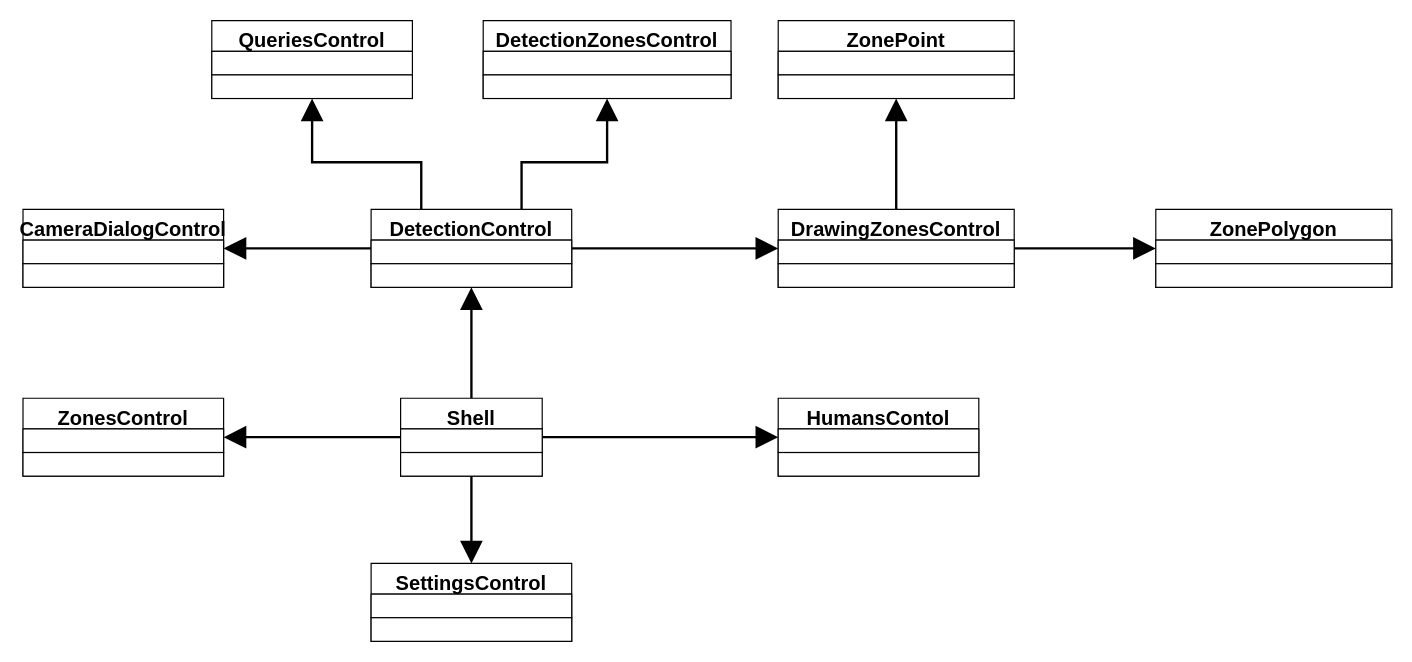
This is page "Views" (3 of 11) of Engineering/Packets-specify.drawio from GoldGreen/Skeletonization, a draw.io file, before an edit. Source tidied: cells renumbered, new cells numbered last; positions are measured from the earlier drawing's top-left corner, leaving out a move shared by most shapes. Both pictures are drawn from the tidied source at 118%, with x=0, y=0 at pixel (22, 20).
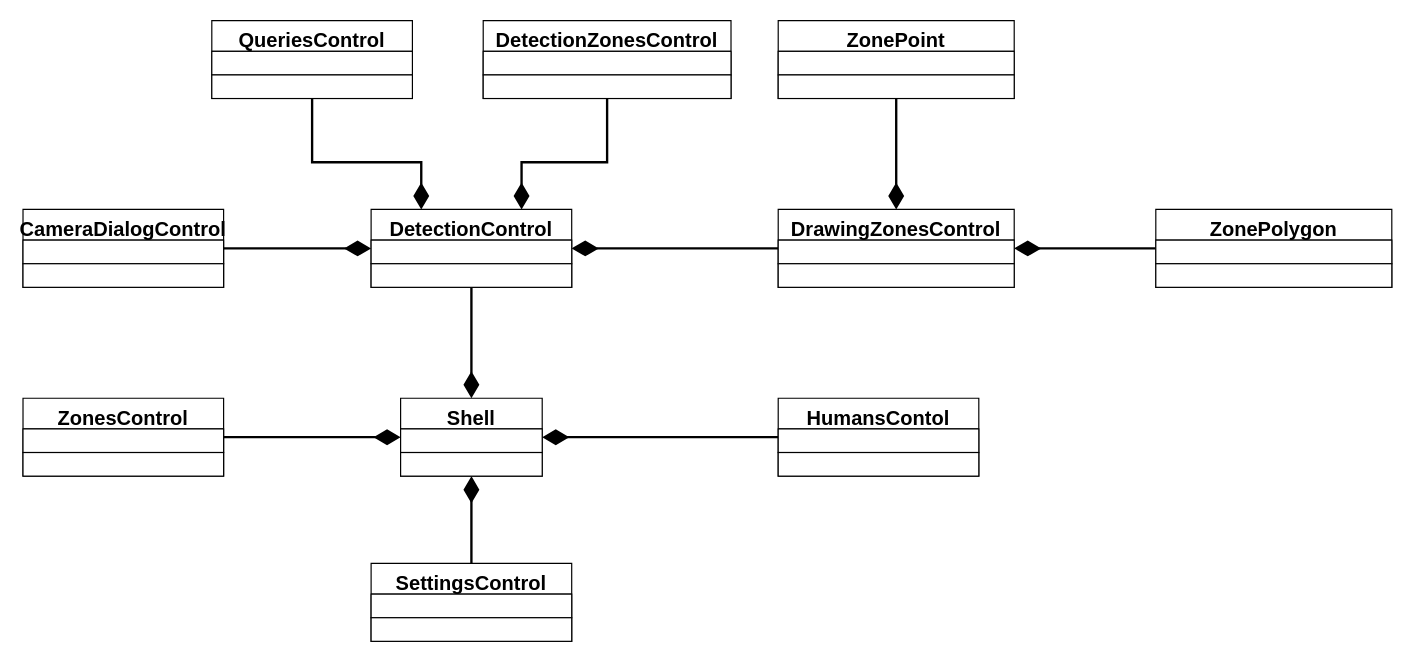
Above is the later version.

The change refers to these unchanged cells:
```xml
<mxCell id="9" value="Shell" style="swimlane;fontStyle=1;align=center;verticalAlign=top;horizontal=1;startSize=26;fontSize=17;" parent="1" vertex="1">
  <mxGeometry x="320" y="320" width="120" height="66" as="geometry" />
</mxCell>
<mxCell id="20" value="DetectionControl" style="swimlane;fontStyle=1;align=center;verticalAlign=top;horizontal=1;startSize=26;fontSize=17;" parent="1" vertex="1">
  <mxGeometry x="295" y="160" width="170" height="66" as="geometry" />
</mxCell>
<mxCell id="23" value="DetectionZonesControl" style="swimlane;fontStyle=1;align=center;verticalAlign=top;horizontal=1;startSize=26;fontSize=17;" parent="1" vertex="1">
  <mxGeometry x="390" width="210" height="66" as="geometry" />
</mxCell>
<mxCell id="30" value="DrawingZonesControl" style="swimlane;fontStyle=1;align=center;verticalAlign=top;horizontal=1;startSize=26;fontSize=17;" parent="1" vertex="1">
  <mxGeometry x="640" y="160" width="200" height="66" as="geometry" />
</mxCell>
<mxCell id="33" value="ZonePoint" style="swimlane;fontStyle=1;align=center;verticalAlign=top;horizontal=1;startSize=26;fontSize=17;" parent="1" vertex="1">
  <mxGeometry x="640" width="200" height="66" as="geometry" />
</mxCell>
<mxCell id="36" value="ZonePolygon" style="swimlane;fontStyle=1;align=center;verticalAlign=top;horizontal=1;startSize=26;fontSize=17;" parent="1" vertex="1">
  <mxGeometry x="960" y="160" width="200" height="66" as="geometry" />
</mxCell>
<mxCell id="39" value="ZonesControl" style="swimlane;fontStyle=1;align=center;verticalAlign=top;horizontal=1;startSize=26;fontSize=17;" parent="1" vertex="1">
  <mxGeometry y="320" width="170" height="66" as="geometry" />
</mxCell>
<mxCell id="42" value="HumansContol" style="swimlane;fontStyle=1;align=center;verticalAlign=top;horizontal=1;startSize=26;fontSize=17;" parent="1" vertex="1">
  <mxGeometry x="640" y="320" width="170" height="66" as="geometry" />
</mxCell>
<mxCell id="45" value="SettingsControl" style="swimlane;fontStyle=1;align=center;verticalAlign=top;horizontal=1;startSize=26;fontSize=17;" parent="1" vertex="1">
  <mxGeometry x="295" y="460" width="170" height="66" as="geometry" />
</mxCell>
<mxCell id="48" value="QueriesControl" style="swimlane;fontStyle=1;align=center;verticalAlign=top;horizontal=1;startSize=26;fontSize=17;" parent="1" vertex="1">
  <mxGeometry x="160" width="170" height="66" as="geometry" />
</mxCell>
<mxCell id="51" value="CameraDialogControl" style="swimlane;fontStyle=1;align=center;verticalAlign=top;horizontal=1;startSize=26;fontSize=17;" parent="1" vertex="1">
  <mxGeometry y="160" width="170" height="66" as="geometry" />
</mxCell>
```

What changed in the source:
```diff
@@
-    <mxCell id="2" style="edgeStyle=orthogonalEdgeStyle;rounded=0;jettySize=auto;html=1;exitX=0.5;exitY=0;exitDx=0;exitDy=0;entryX=0.5;entryY=1;entryDx=0;entryDy=0;fontSize=17;endArrow=block;endFill=1;startSize=6;endSize=14;strokeWidth=2;" parent="1" edge="1" source="9" target="20">
+    <mxCell id="2" style="edgeStyle=orthogonalEdgeStyle;rounded=0;jettySize=auto;html=1;exitX=0.5;exitY=0;exitDx=0;exitDy=0;entryX=0.5;entryY=1;entryDx=0;entryDy=0;fontSize=17;endArrow=none;endFill=0;startSize=17;endSize=14;strokeWidth=2;startArrow=diamondThin;startFill=1;" parent="1" edge="1" source="9" target="20">
       <mxGeometry relative="1" as="geometry" />
     </mxCell>
@@
-    <mxCell id="4" style="edgeStyle=orthogonalEdgeStyle;rounded=0;jettySize=auto;html=1;exitX=0;exitY=0.5;exitDx=0;exitDy=0;entryX=1;entryY=0.5;entryDx=0;entryDy=0;fontSize=17;endArrow=block;endFill=1;startSize=6;endSize=14;strokeWidth=2;" parent="1" edge="1" source="9" target="39">
+    <mxCell id="4" style="edgeStyle=orthogonalEdgeStyle;rounded=0;jettySize=auto;html=1;exitX=0;exitY=0.5;exitDx=0;exitDy=0;entryX=1;entryY=0.5;entryDx=0;entryDy=0;fontSize=17;endArrow=none;endFill=0;startSize=17;endSize=14;strokeWidth=2;startArrow=diamondThin;startFill=1;" parent="1" edge="1" source="9" target="39">
       <mxGeometry relative="1" as="geometry" />
     </mxCell>
@@
-    <mxCell id="6" value=" " style="edgeStyle=orthogonalEdgeStyle;rounded=0;jettySize=auto;html=1;exitX=1;exitY=0.5;exitDx=0;exitDy=0;entryX=0;entryY=0.5;entryDx=0;entryDy=0;fontSize=17;endArrow=block;endFill=1;startSize=6;endSize=14;strokeWidth=2;" parent="1" edge="1" source="9" target="42">
+    <mxCell id="6" value=" " style="edgeStyle=orthogonalEdgeStyle;rounded=0;jettySize=auto;html=1;exitX=1;exitY=0.5;exitDx=0;exitDy=0;entryX=0;entryY=0.5;entryDx=0;entryDy=0;fontSize=17;endArrow=none;endFill=0;startSize=17;endSize=14;strokeWidth=2;startArrow=diamondThin;startFill=1;" parent="1" edge="1" source="9" target="42">
       <mxGeometry relative="1" as="geometry" />
     </mxCell>
-    <mxCell id="7" style="edgeStyle=orthogonalEdgeStyle;rounded=0;jettySize=auto;html=1;exitX=0.5;exitY=1;exitDx=0;exitDy=0;entryX=0.5;entryY=0;entryDx=0;entryDy=0;fontSize=17;endArrow=block;endFill=1;startSize=6;endSize=14;strokeWidth=2;" parent="1" edge="1" source="9" target="45">
+    <mxCell id="7" style="edgeStyle=orthogonalEdgeStyle;rounded=0;jettySize=auto;html=1;exitX=0.5;exitY=1;exitDx=0;exitDy=0;entryX=0.5;entryY=0;entryDx=0;entryDy=0;fontSize=17;endArrow=none;endFill=0;startSize=17;endSize=14;strokeWidth=2;startArrow=diamondThin;startFill=1;" parent="1" edge="1" source="9" target="45">
       <mxGeometry relative="1" as="geometry" />
     </mxCell>
@@
-    <mxCell id="12" style="edgeStyle=orthogonalEdgeStyle;rounded=0;jettySize=auto;html=1;exitX=1;exitY=0.5;exitDx=0;exitDy=0;entryX=0;entryY=0.5;entryDx=0;entryDy=0;fontSize=17;endArrow=block;endFill=1;startSize=6;endSize=14;strokeWidth=2;" parent="1" edge="1" source="20" target="30">
+    <mxCell id="12" style="edgeStyle=orthogonalEdgeStyle;rounded=0;jettySize=auto;html=1;exitX=1;exitY=0.5;exitDx=0;exitDy=0;entryX=0;entryY=0.5;entryDx=0;entryDy=0;fontSize=17;endArrow=none;endFill=0;startSize=17;endSize=14;strokeWidth=2;startArrow=diamondThin;startFill=1;" parent="1" edge="1" source="20" target="30">
       <mxGeometry relative="1" as="geometry" />
     </mxCell>
@@
-    <mxCell id="14" style="edgeStyle=orthogonalEdgeStyle;rounded=0;jettySize=auto;html=1;exitX=0.75;exitY=0;exitDx=0;exitDy=0;entryX=0.5;entryY=1;entryDx=0;entryDy=0;fontSize=17;endArrow=block;endFill=1;startSize=6;endSize=14;strokeWidth=2;" parent="1" edge="1" source="20" target="23">
+    <mxCell id="14" style="edgeStyle=orthogonalEdgeStyle;rounded=0;jettySize=auto;html=1;exitX=0.75;exitY=0;exitDx=0;exitDy=0;entryX=0.5;entryY=1;entryDx=0;entryDy=0;fontSize=17;endArrow=none;endFill=0;startSize=17;endSize=14;strokeWidth=2;startArrow=diamondThin;startFill=1;" parent="1" edge="1" source="20" target="23">
       <mxGeometry relative="1" as="geometry">
         <Array as="points">
           <mxPoint x="422" y="120" />
           <mxPoint x="495" y="120" />
         </Array>
       </mxGeometry>
     </mxCell>
@@
-    <mxCell id="16" style="edgeStyle=orthogonalEdgeStyle;rounded=0;jettySize=auto;html=1;exitX=0.25;exitY=0;exitDx=0;exitDy=0;entryX=0.5;entryY=1;entryDx=0;entryDy=0;fontSize=17;endArrow=block;endFill=1;startSize=6;endSize=14;strokeWidth=2;" parent="1" edge="1" source="20" target="48">
+    <mxCell id="16" style="edgeStyle=orthogonalEdgeStyle;rounded=0;jettySize=auto;html=1;exitX=0.25;exitY=0;exitDx=0;exitDy=0;entryX=0.5;entryY=1;entryDx=0;entryDy=0;fontSize=17;endArrow=none;endFill=0;startSize=17;endSize=14;strokeWidth=2;startArrow=diamondThin;startFill=1;" parent="1" edge="1" source="20" target="48">
       <mxGeometry relative="1" as="geometry">
         <Array as="points">
           <mxPoint x="338" y="120" />
           <mxPoint x="245" y="120" />
         </Array>
       </mxGeometry>
     </mxCell>
@@
-    <mxCell id="18" style="edgeStyle=orthogonalEdgeStyle;rounded=0;jettySize=auto;html=1;exitX=0;exitY=0.5;exitDx=0;exitDy=0;entryX=1;entryY=0.5;entryDx=0;entryDy=0;fontSize=17;endArrow=block;endFill=1;startSize=6;endSize=14;strokeWidth=2;" parent="1" edge="1" source="20" target="51">
+    <mxCell id="18" style="edgeStyle=orthogonalEdgeStyle;rounded=0;jettySize=auto;html=1;exitX=0;exitY=0.5;exitDx=0;exitDy=0;entryX=1;entryY=0.5;entryDx=0;entryDy=0;fontSize=17;endArrow=none;endFill=0;startSize=17;endSize=14;strokeWidth=2;startArrow=diamondThin;startFill=1;" parent="1" edge="1" source="20" target="51">
       <mxGeometry relative="1" as="geometry" />
     </mxCell>
@@
-    <mxCell id="26" style="edgeStyle=orthogonalEdgeStyle;rounded=0;jettySize=auto;html=1;exitX=0.5;exitY=0;exitDx=0;exitDy=0;entryX=0.5;entryY=1;entryDx=0;entryDy=0;fontSize=17;endArrow=block;endFill=1;startSize=6;endSize=14;strokeWidth=2;" parent="1" edge="1" source="30" target="33">
+    <mxCell id="26" style="edgeStyle=orthogonalEdgeStyle;rounded=0;jettySize=auto;html=1;exitX=0.5;exitY=0;exitDx=0;exitDy=0;entryX=0.5;entryY=1;entryDx=0;entryDy=0;fontSize=17;endArrow=none;endFill=0;startSize=17;endSize=14;strokeWidth=2;startArrow=diamondThin;startFill=1;" parent="1" edge="1" source="30" target="33">
       <mxGeometry relative="1" as="geometry" />
     </mxCell>
@@
-    <mxCell id="28" style="edgeStyle=orthogonalEdgeStyle;rounded=0;jettySize=auto;html=1;exitX=1;exitY=0.5;exitDx=0;exitDy=0;entryX=0;entryY=0.5;entryDx=0;entryDy=0;fontSize=17;endArrow=block;endFill=1;startSize=6;endSize=14;strokeWidth=2;" parent="1" edge="1" source="30" target="36">
+    <mxCell id="28" style="edgeStyle=orthogonalEdgeStyle;rounded=0;jettySize=auto;html=1;exitX=1;exitY=0.5;exitDx=0;exitDy=0;entryX=0;entryY=0.5;entryDx=0;entryDy=0;fontSize=17;endArrow=none;endFill=0;startSize=17;endSize=14;strokeWidth=2;startArrow=diamondThin;startFill=1;" parent="1" edge="1" source="30" target="36">
       <mxGeometry relative="1" as="geometry" />
     </mxCell>
```
